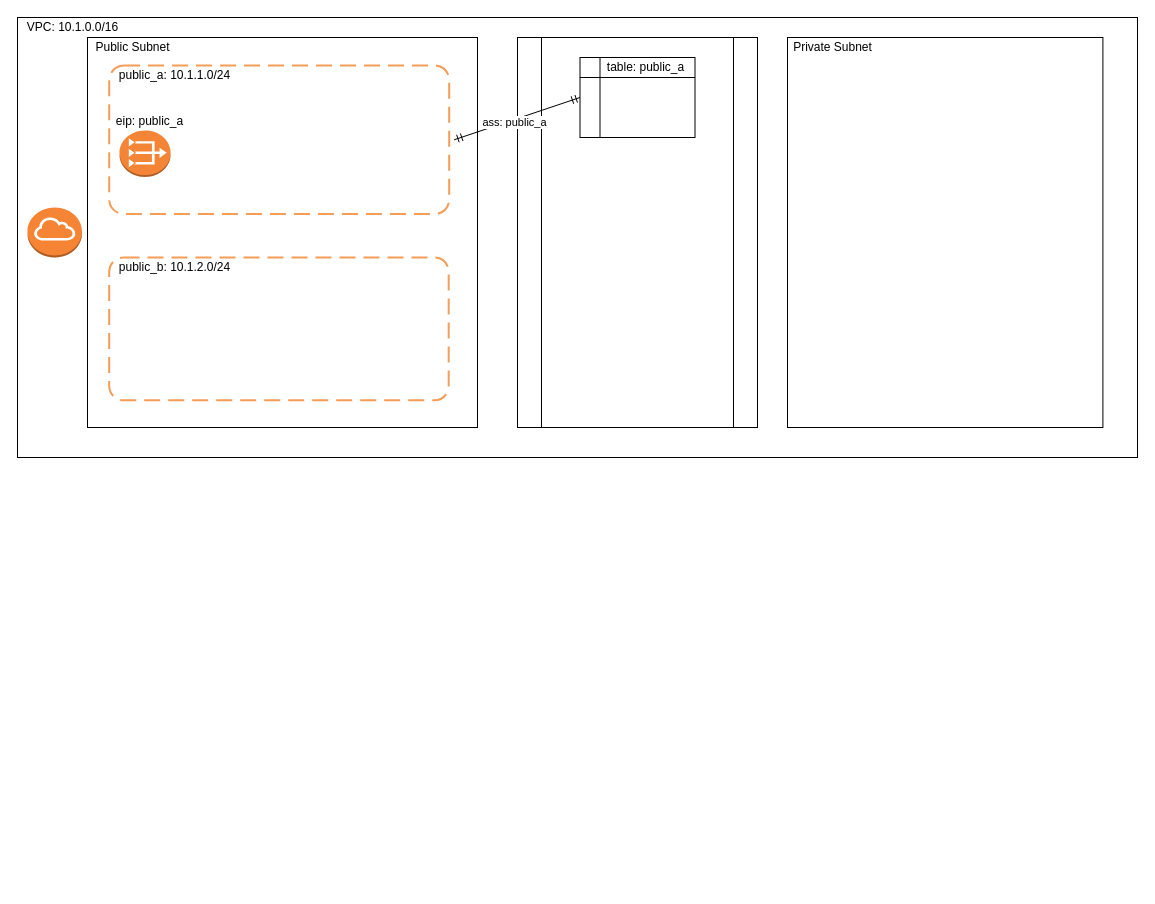
The draw.io diagram docs/network.drawio in roylee0704/recipe-app-api-devops-starting-code, before the edit. Source tidied: cells renumbered, new cells numbered last; positions are measured from the earlier drawing's top-left corner, leaving out a move shared by most shapes. Both pictures are drawn from the tidied source at 100%, with x=0, y=0 at pixel (17, 17).
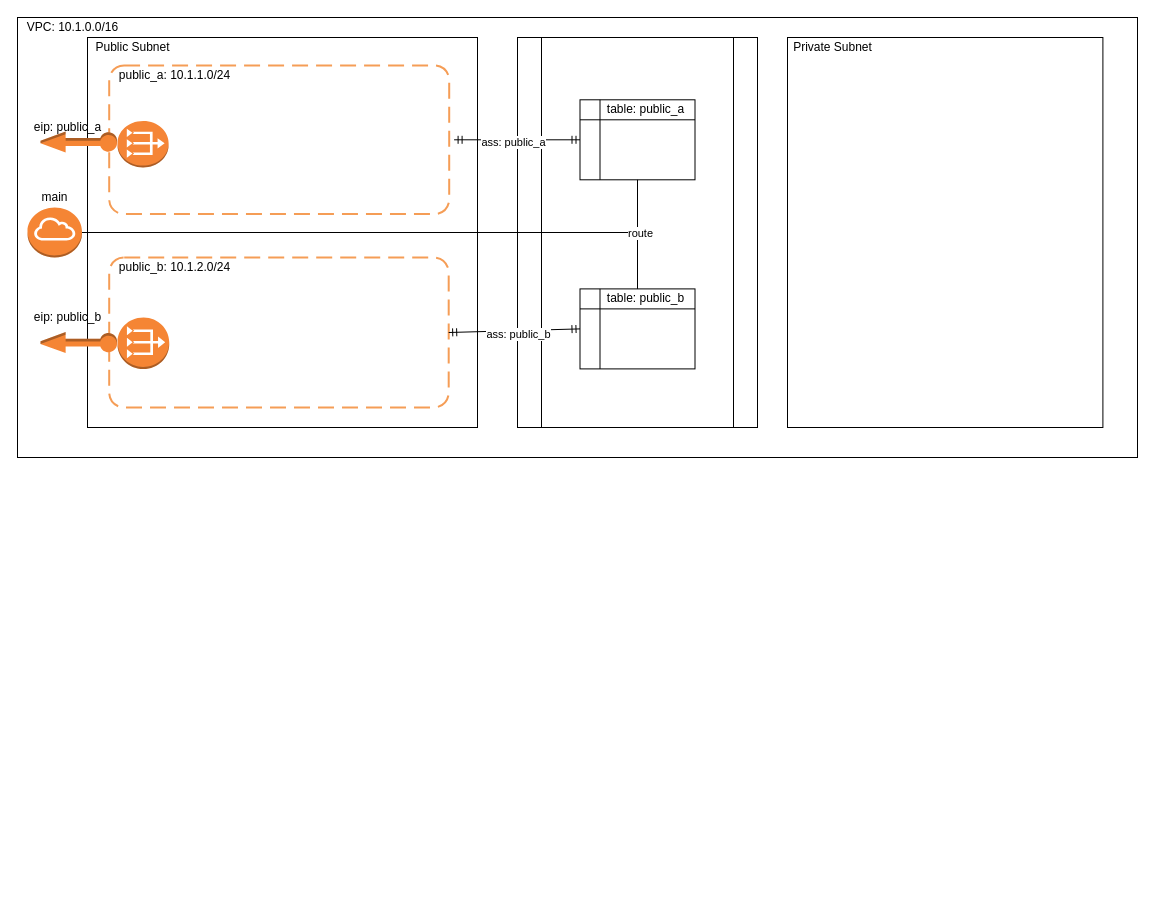
Above is the later version.

Unchanged cells that the change refers to:
```xml
<mxCell id="3" style="group;" parent="2" vertex="1">
  <mxGeometry width="1120" height="868.7" as="geometry" />
</mxCell>
<mxCell id="12" style="group;" parent="11" vertex="1">
  <mxGeometry width="344.9" height="148.7" as="geometry" />
</mxCell>
<mxCell id="28" style="shape=internalStorage;whiteSpace=wrap;html=1;backgroundOutline=1;" parent="27" vertex="1">
  <mxGeometry width="115" height="80" as="geometry" />
</mxCell>
```

Change to the diagram source:
```diff
@@
-    <mxCell id="4" style="group;fontStyle=1;" parent="3" vertex="1">
-      <mxGeometry width="1120" height="868.7" as="geometry" />
-    </mxCell>
-    <mxCell id="5" style="rounded=0;whiteSpace=wrap;html=1;" parent="4" vertex="1">
+    <mxCell id="5" style="rounded=0;whiteSpace=wrap;html=1;" parent="3" vertex="1">
       <mxGeometry width="1120" height="440" as="geometry" />
     </mxCell>
-    <mxCell id="6" value="VPC: 10.1.0.0/16" style="text;html=1;align=center;verticalAlign=middle;" parent="4" vertex="1">
+    <mxCell id="6" value="VPC: 10.1.0.0/16" style="text;html=1;align=center;verticalAlign=middle;" parent="3" vertex="1">
       <mxGeometry width="110" height="20" as="geometry" />
     </mxCell>
-    <mxCell id="7" style="group;" parent="4" vertex="1">
+    <mxCell id="7" style="group;" parent="3" vertex="1">
       <mxGeometry x="70" y="20" width="390" height="848.7" as="geometry" />
     </mxCell>
@@
-    <mxCell id="10" style="group;" parent="7" vertex="1">
-      <mxGeometry x="21.7" y="27.9" width="344.9" height="148.7" as="geometry" />
-    </mxCell>
+    <mxCell id="18" style="group;" parent="7" vertex="1">
+      <mxGeometry y="490" width="350.3" height="358.7" as="geometry" />
+    </mxCell>
+    <mxCell id="19" style="rounded=1;arcSize=10;dashed=1;strokeColor=#F59D56;fillColor=none;gradientColor=none;dashPattern=8 4;strokeWidth=2;" parent="7" vertex="1">
+      <mxGeometry x="21.7" y="220" width="339.5" height="150" as="geometry" />
+    </mxCell>
+    <mxCell id="20" value="public_b: 10.1.2.0/24" style="text;html=1;align=center;verticalAlign=middle;" parent="7" vertex="1">
+      <mxGeometry x="21.7" y="220" width="130" height="20" as="geometry" />
+    </mxCell>
+    <mxCell id="32" style="dashed=0;verticalLabelPosition=bottom;verticalAlign=top;align=center;html=1;shape=mxgraph.aws3.vpc_nat_gateway;fillColor=#F58534;gradientColor=none;" parent="7" vertex="1">
+      <mxGeometry x="30" y="280" width="51.7" height="51.6" as="geometry" />
+    </mxCell>
-    <mxCell id="11" style="group;" parent="10" vertex="1">
-      <mxGeometry width="344.9" height="148.7" as="geometry" />
+    <mxCell id="11" style="group;" parent="7" vertex="1">
+      <mxGeometry x="21.7" y="27.9" width="344.9" height="148.7" as="geometry" />
     </mxCell>
@@
-    <mxCell id="14" style="group;" parent="12" vertex="1">
-      <mxGeometry y="46.5" width="82.6" height="65.1" as="geometry" />
-    </mxCell>
+    <mxCell id="17" style="rounded=1;arcSize=10;dashed=1;strokeColor=#F59D56;fillColor=none;gradientColor=none;dashPattern=8 4;strokeWidth=2;" parent="7" vertex="1">
+      <mxGeometry x="21.7" y="27.9" width="340" height="148.7" as="geometry" />
+    </mxCell>
-    <mxCell id="15" style="dashed=0;verticalLabelPosition=bottom;verticalAlign=top;align=center;html=1;shape=mxgraph.aws3.vpc_nat_gateway;fillColor=#F58536;gradientColor=none;" parent="14" vertex="1">
-      <mxGeometry x="10.3" y="18.6" width="51.1" height="46.5" as="geometry" />
+    <mxCell id="15" style="dashed=0;verticalLabelPosition=bottom;verticalAlign=top;align=center;html=1;shape=mxgraph.aws3.vpc_nat_gateway;fillColor=#F58536;gradientColor=none;" parent="7" vertex="1">
+      <mxGeometry x="30" y="83.5" width="51.1" height="46.5" as="geometry" />
     </mxCell>
-    <mxCell id="16" value="eip: public_a" style="text;html=1;align=center;verticalAlign=middle;" parent="14" vertex="1">
-      <mxGeometry width="80" height="20" as="geometry" />
-    </mxCell>
-    <mxCell id="17" style="rounded=1;arcSize=10;dashed=1;strokeColor=#F59D56;fillColor=none;gradientColor=none;dashPattern=8 4;strokeWidth=2;" parent="12" vertex="1">
-      <mxGeometry width="340" height="148.7" as="geometry" />
-    </mxCell>
-    <mxCell id="18" style="group;" parent="7" vertex="1">
-      <mxGeometry y="490" width="350.3" height="358.7" as="geometry" />
-    </mxCell>
-    <mxCell id="19" style="rounded=1;arcSize=10;dashed=1;strokeColor=#F59D56;fillColor=none;gradientColor=none;dashPattern=8 4;strokeWidth=2;" parent="7" vertex="1">
-      <mxGeometry x="21.7" y="220" width="339.5" height="142.8" as="geometry" />
-    </mxCell>
-    <mxCell id="20" value="public_b: 10.1.2.0/24" style="text;html=1;align=center;verticalAlign=middle;" parent="7" vertex="1">
-      <mxGeometry x="21.7" y="220" width="130" height="20" as="geometry" />
-    </mxCell>
+    <mxCell id="33" style="group;" parent="7" vertex="1">
+      <mxGeometry x="-40" y="291.6" width="80" height="40" as="geometry" />
+    </mxCell>
+    <mxCell id="34" style="dashed=0;verticalLabelPosition=bottom;verticalAlign=top;align=center;html=1;shape=mxgraph.aws3.elastic_ip;fillColor=#F58534;gradientColor=none;rotation=-180;" parent="33" vertex="1">
+      <mxGeometry x="-7" y="3" width="76.5" height="21" as="geometry" />
+    </mxCell>
+    <mxCell id="35" style="group;" parent="7" vertex="1">
+      <mxGeometry x="-43" y="90" width="80" height="40" as="geometry" />
+    </mxCell>
+    <mxCell id="36" style="dashed=0;verticalLabelPosition=bottom;verticalAlign=top;align=center;html=1;shape=mxgraph.aws3.elastic_ip;fillColor=#F58534;gradientColor=none;rotation=-180;" parent="35" vertex="1">
+      <mxGeometry x="-4" y="4" width="76.5" height="21" as="geometry" />
+    </mxCell>
-    <mxCell id="21" style="group;" parent="4" vertex="1">
+    <mxCell id="21" style="group;" parent="3" vertex="1">
       <mxGeometry x="770" y="20" width="315.4" height="390" as="geometry" />
     </mxCell>
@@
-    <mxCell id="24" style="shape=process;whiteSpace=wrap;html=1;backgroundOutline=1;" parent="4" vertex="1">
+    <mxCell id="24" style="shape=process;whiteSpace=wrap;html=1;backgroundOutline=1;" parent="3" vertex="1">
       <mxGeometry x="500" y="20" width="240" height="390" as="geometry" />
     </mxCell>
+    <mxCell id="30" style="outlineConnect=0;dashed=0;verticalLabelPosition=bottom;verticalAlign=top;align=center;html=1;shape=mxgraph.aws3.internet_gateway;fillColor=#F58534;gradientColor=none;" parent="3" vertex="1">
+      <mxGeometry x="10" y="190" width="54.5" height="50" as="geometry" />
+    </mxCell>
+    <mxCell id="31" style="edgeStyle=orthogonalEdgeStyle;rounded=0;orthogonalLoop=1;jettySize=auto;html=1;" parent="3" edge="1">
+      <mxGeometry relative="1" as="geometry">
+        <mxPoint x="58" y="622" as="sourcePoint" />
+      </mxGeometry>
+    </mxCell>
+    <mxCell id="37" style="group;" parent="3" vertex="1">
+      <mxGeometry x="436.6" y="122.3" as="geometry" />
+    </mxCell>
-    <mxCell id="25" style="rounded=0;jettySize=auto;html=1;exitX=1;exitY=0.5;exitDx=0;exitDy=0;startArrow=ERmandOne;startFill=0;endArrow=ERmandOne;endFill=0;elbow=vertical;entryX=0;entryY=0.5;entryDx=0;entryDy=0;" parent="4" edge="1" target="28">
+    <mxCell id="25" style="rounded=0;jettySize=auto;html=1;exitX=1;exitY=0.5;exitDx=0;exitDy=0;startArrow=ERmandOne;startFill=0;endArrow=ERmandOne;endFill=0;elbow=vertical;entryX=0;entryY=0.5;entryDx=0;entryDy=0;" parent="37" edge="1" target="28">
       <mxGeometry relative="1" as="geometry">
-        <mxPoint x="436.6" y="122.3" as="sourcePoint" />
+        <mxPoint as="sourcePoint" />
       </mxGeometry>
     </mxCell>
@@
+    <mxCell id="38" style="rounded=0;jettySize=auto;html=1;entryX=1;entryY=0.5;entryDx=0;entryDy=0;exitX=0;exitY=0.5;exitDx=0;exitDy=0;startArrow=ERmandOne;startFill=0;endArrow=ERmandOne;endFill=0;" parent="3" edge="1" source="41" target="19">
+      <mxGeometry relative="1" as="geometry" />
+    </mxCell>
+    <mxCell id="39" value="ass: public_b" style="edgeLabel;html=1;align=center;verticalAlign=middle;" parent="38" vertex="1">
+      <mxGeometry x="0.34" y="2" relative="1" as="geometry">
+        <mxPoint x="25.5" y="1" as="offset" />
+      </mxGeometry>
+    </mxCell>
+    <mxCell id="40" style="group;" parent="3" vertex="1">
+      <mxGeometry x="562.5" y="271.4" width="115" height="80" as="geometry" />
+    </mxCell>
+    <mxCell id="41" style="shape=internalStorage;whiteSpace=wrap;html=1;backgroundOutline=1;" parent="40" vertex="1">
+      <mxGeometry width="115" height="80" as="geometry" />
+    </mxCell>
+    <mxCell id="42" value="table: public_b" style="text;html=1;align=center;verticalAlign=middle;points=[];" parent="40" vertex="1">
+      <mxGeometry x="20" width="90" height="20" as="geometry" />
+    </mxCell>
-    <mxCell id="27" style="group;" parent="4" vertex="1">
-      <mxGeometry x="562.5" y="40" width="115" height="80" as="geometry" />
+    <mxCell id="27" style="group;" parent="3" vertex="1">
+      <mxGeometry x="562.5" y="82.3" width="115" height="80" as="geometry" />
     </mxCell>
@@
-    <mxCell id="30" style="outlineConnect=0;dashed=0;verticalLabelPosition=bottom;verticalAlign=top;align=center;html=1;shape=mxgraph.aws3.internet_gateway;fillColor=#F58534;gradientColor=none;" parent="4" vertex="1">
-      <mxGeometry x="10" y="190" width="54.5" height="50" as="geometry" />
-    </mxCell>
-    <mxCell id="31" style="edgeStyle=orthogonalEdgeStyle;rounded=0;orthogonalLoop=1;jettySize=auto;html=1;" parent="4" edge="1">
-      <mxGeometry relative="1" as="geometry">
-        <mxPoint x="58" y="622" as="sourcePoint" />
-      </mxGeometry>
-    </mxCell>
+    <mxCell id="43" style="edgeStyle=orthogonalEdgeStyle;rounded=0;jettySize=auto;html=1;entryX=1;entryY=0.5;entryDx=0;entryDy=0;entryPerimeter=0;startArrow=none;startFill=0;endArrow=none;endFill=0;" parent="3" edge="1" source="28" target="30">
+      <mxGeometry relative="1" as="geometry">
+        <Array as="points">
+          <mxPoint x="620" y="215" />
+        </Array>
+      </mxGeometry>
+    </mxCell>
+    <mxCell id="44" value="main" style="text;html=1;align=center;verticalAlign=middle;" parent="3" vertex="1">
+      <mxGeometry x="17.2" y="170" width="40" height="20" as="geometry" />
+    </mxCell>
+    <mxCell id="45" style="edgeStyle=orthogonalEdgeStyle;rounded=0;jettySize=auto;html=1;entryX=1;entryY=0.5;entryDx=0;entryDy=0;entryPerimeter=0;startArrow=none;startFill=0;endArrow=none;endFill=0;" parent="3" edge="1" source="42" target="30">
+      <mxGeometry relative="1" as="geometry">
+        <Array as="points">
+          <mxPoint x="620" y="215" />
+        </Array>
+      </mxGeometry>
+    </mxCell>
+    <mxCell id="46" value="route" style="edgeLabel;html=1;align=center;verticalAlign=middle;" parent="45" vertex="1">
+      <mxGeometry x="-0.13" y="3" relative="1" as="geometry">
+        <mxPoint x="211.6" y="-3" as="offset" />
+      </mxGeometry>
+    </mxCell>
+    <mxCell id="47" value="eip: public_b" style="text;html=1;align=center;verticalAlign=middle;" parent="3" vertex="1">
+      <mxGeometry x="10" y="290" width="80" height="20" as="geometry" />
+    </mxCell>
+    <mxCell id="16" value="eip: public_a" style="text;html=1;align=center;verticalAlign=middle;" parent="3" vertex="1">
+      <mxGeometry x="10" y="100" width="80" height="20" as="geometry" />
+    </mxCell>
```
